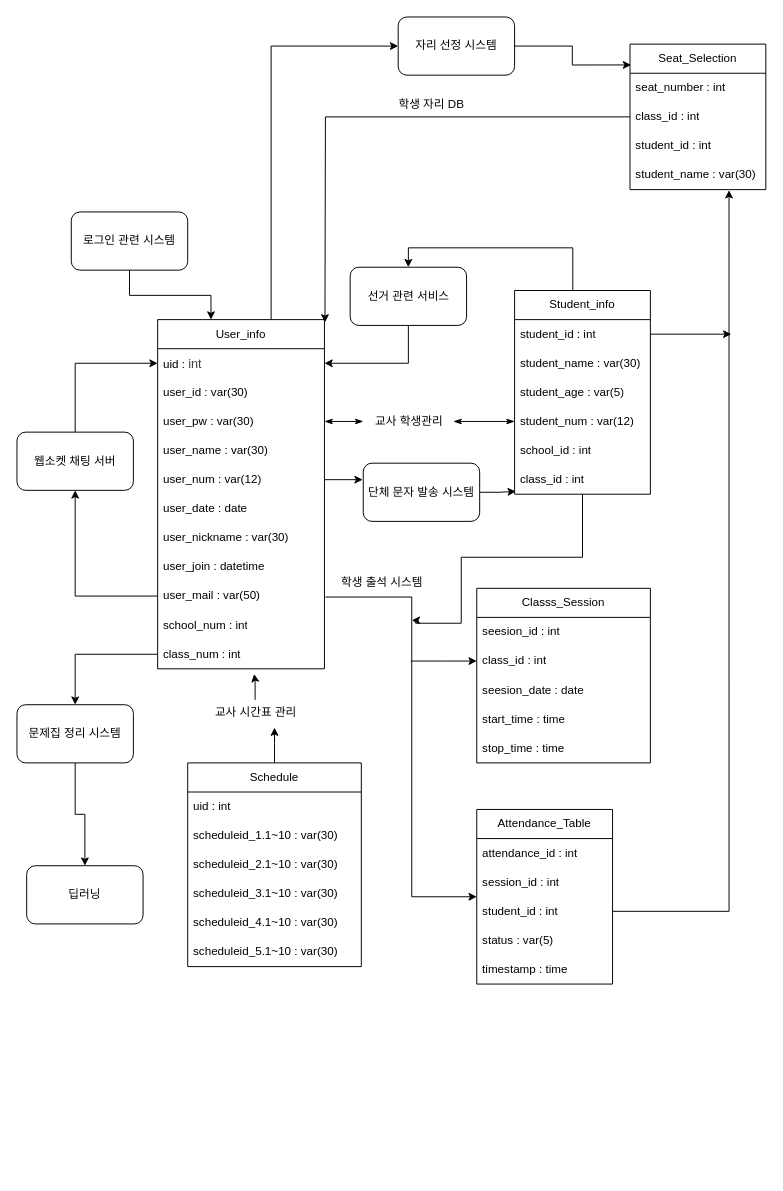
Before: database.drawio in programrsky/Jaeseok_Lee, a draw.io diagram. Source tidied: cells renumbered, new cells numbered last; positions are measured from the earlier drawing's top-left corner, leaving out a move shared by most shapes. Both pictures are drawn from the tidied source at 97%, with x=0, y=0 at pixel (16, 16).
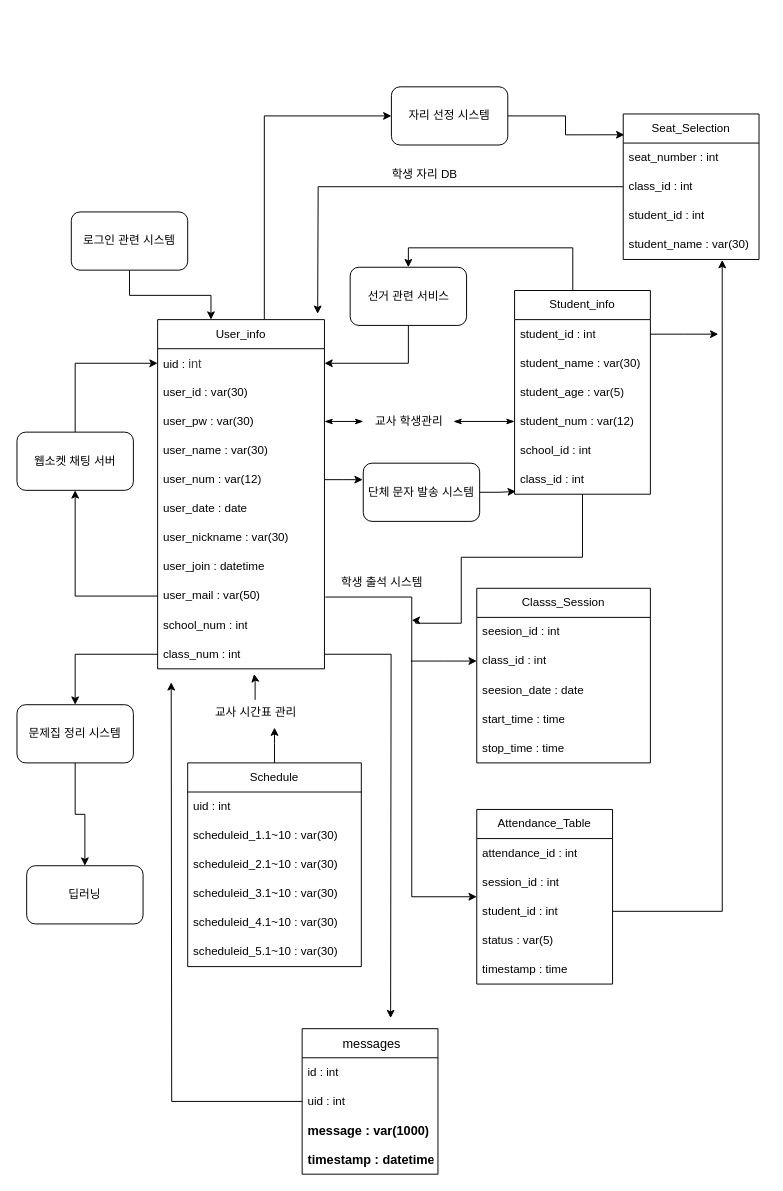
Above is the later version.

Unchanged cells that the change refers to:
```xml
<mxCell id="3" value="User_info" style="swimlane;fontStyle=0;horizontal=1;startSize=30;whiteSpace=wrap;html=1;" parent="1" vertex="1">
  <mxGeometry x="145" y="312" width="172" height="360" as="geometry" />
</mxCell>
<mxCell id="15" value="class_num : int" style="text;strokeColor=none;fillColor=none;align=left;verticalAlign=middle;spacingLeft=4;spacingRight=4;overflow=hidden;points=[[0,0.5],[1,0.5]];portConstraint=eastwest;whiteSpace=wrap;html=1;" parent="3" vertex="1">
  <mxGeometry y="330" width="172" height="30" as="geometry" />
</mxCell>
<mxCell id="17" value="Student_info" style="swimlane;fontStyle=0;horizontal=1;startSize=30;whiteSpace=wrap;html=1;" parent="1" vertex="1">
  <mxGeometry x="513" y="282" width="140" height="210" as="geometry" />
</mxCell>
<mxCell id="19" value="student_id : int" style="text;strokeColor=none;fillColor=none;align=left;verticalAlign=middle;spacingLeft=4;spacingRight=4;overflow=hidden;points=[[0,0.5],[1,0.5]];portConstraint=eastwest;whiteSpace=wrap;html=1;" parent="17" vertex="1">
  <mxGeometry y="30" width="140" height="30" as="geometry" />
</mxCell>
```

Change to the diagram source:
```diff
@@
     <mxCell id="2" style="edgeStyle=orthogonalEdgeStyle;rounded=0;jettySize=auto;html=1;entryX=0;entryY=0.5;entryDx=0;entryDy=0;" parent="1" edge="1" source="3" target="66">
       <mxGeometry relative="1" as="geometry">
         <Array as="points">
-          <mxPoint x="262" y="30" />
+          <mxPoint x="255" y="102" />
         </Array>
       </mxGeometry>
     </mxCell>
@@
+    <mxCell id="77" style="edgeStyle=orthogonalEdgeStyle;rounded=0;jettySize=auto;html=1;" parent="3" edge="1" source="15">
+      <mxGeometry relative="1" as="geometry">
+        <mxPoint x="240.2" y="720.1" as="targetPoint" />
+      </mxGeometry>
+    </mxCell>
@@
     <mxCell id="18" style="edgeStyle=orthogonalEdgeStyle;rounded=0;jettySize=auto;html=1;" parent="17" edge="1" source="19">
       <mxGeometry relative="1" as="geometry">
-        <mxPoint x="223.4" y="45" as="targetPoint" />
+        <mxPoint x="210" y="45" as="targetPoint" />
       </mxGeometry>
     </mxCell>
@@
     <mxCell id="58" style="edgeStyle=orthogonalEdgeStyle;rounded=0;jettySize=auto;html=1;" parent="1" edge="1" source="59">
       <mxGeometry relative="1" as="geometry">
-        <mxPoint x="317.5" y="314.9" as="targetPoint" />
+        <mxPoint x="310" y="306" as="targetPoint" />
       </mxGeometry>
     </mxCell>
     <mxCell id="59" value="Seat_Selection" style="swimlane;fontStyle=0;horizontal=1;startSize=30;whiteSpace=wrap;html=1;" parent="1" vertex="1">
-      <mxGeometry x="632" y="28" width="140" height="150" as="geometry" />
+      <mxGeometry x="625" y="100" width="140" height="150" as="geometry" />
     </mxCell>
@@
     <mxCell id="65" value="학생 자리 DB" style="text;html=1;align=center;verticalAlign=middle;strokeColor=none;fillColor=none;" parent="1" vertex="1">
-      <mxGeometry x="385" y="77" width="83" height="26" as="geometry" />
+      <mxGeometry x="378" y="149" width="83" height="26" as="geometry" />
     </mxCell>
     <mxCell id="66" value="자리 선정 시스템" style="rounded=1;whiteSpace=wrap;html=1;" parent="1" vertex="1">
-      <mxGeometry x="393" width="120" height="60" as="geometry" />
+      <mxGeometry x="386" y="72" width="120" height="60" as="geometry" />
     </mxCell>
@@
+    <mxCell id="78" style="edgeStyle=orthogonalEdgeStyle;rounded=0;jettySize=auto;html=1;" parent="1" edge="1" source="79">
+      <mxGeometry relative="1" as="geometry">
+        <mxPoint x="159" y="685.9" as="targetPoint" />
+      </mxGeometry>
+    </mxCell>
+    <mxCell id="79" value="&lt;a style=&quot;text-decoration-line: none; color: rgb(0, 0, 0); cursor: pointer; outline: none; line-height: 1.5em; height: 1.5em; padding-left: 0.3em; position: relative; z-index: 100; vertical-align: sub; font-family: sans-serif; font-size: 13.12px; text-align: left; text-wrap: nowrap;&quot; title=&quot;보기&quot; href=&quot;https://mysql.comon.kr/sql.php?server=1&amp;amp;db=Jaeseok_Lee&amp;amp;table=messages&amp;amp;pos=0&quot; class=&quot;hover_show_full&quot;&gt;messages&lt;/a&gt;" style="swimlane;fontStyle=0;horizontal=1;startSize=30;whiteSpace=wrap;html=1;" parent="1" vertex="1">
+      <mxGeometry x="294" y="1043" width="140" height="150" as="geometry" />
+    </mxCell>
+    <mxCell id="80" value="id : int" style="text;strokeColor=none;fillColor=none;align=left;verticalAlign=middle;spacingLeft=4;spacingRight=4;overflow=hidden;whiteSpace=wrap;html=1;" parent="79" vertex="1">
+      <mxGeometry y="30" width="140" height="30" as="geometry" />
+    </mxCell>
+    <mxCell id="81" value="uid : int" style="text;strokeColor=none;fillColor=none;align=left;verticalAlign=middle;spacingLeft=4;spacingRight=4;overflow=hidden;whiteSpace=wrap;html=1;" parent="79" vertex="1">
+      <mxGeometry y="60" width="140" height="30" as="geometry" />
+    </mxCell>
+    <mxCell id="82" value="&lt;span style=&quot;font-family: sans-serif; font-size: 13.12px; font-weight: 700; text-wrap: nowrap; background-color: rgb(255, 255, 255);&quot;&gt;message : var(1000)&lt;/span&gt;" style="text;strokeColor=none;fillColor=none;align=left;verticalAlign=middle;spacingLeft=4;spacingRight=4;overflow=hidden;whiteSpace=wrap;html=1;" parent="79" vertex="1">
+      <mxGeometry y="90" width="140" height="30" as="geometry" />
+    </mxCell>
+    <mxCell id="83" value="&lt;font face=&quot;sans-serif&quot;&gt;&lt;span style=&quot;font-size: 13.12px; text-wrap: nowrap;&quot;&gt;&lt;b&gt;timestamp : datetime&lt;/b&gt;&lt;/span&gt;&lt;/font&gt;" style="text;strokeColor=none;fillColor=none;align=left;verticalAlign=middle;spacingLeft=4;spacingRight=4;overflow=hidden;whiteSpace=wrap;html=1;" parent="79" vertex="1">
+      <mxGeometry y="120" width="140" height="30" as="geometry" />
+    </mxCell>
```
